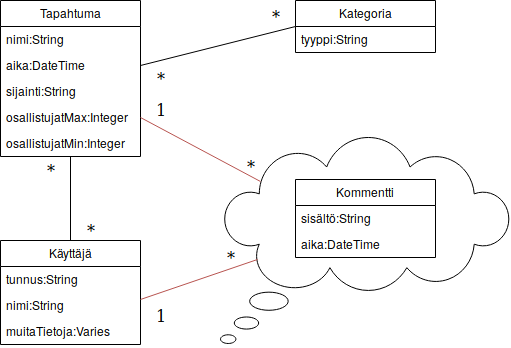
The draw.io diagram dokumentaatio/Tietokantakaavio.png in hoffrenm/tapahtumakalenteri, before a commit. Source tidied: cells renumbered, new cells last; positions are measured from the earlier drawing's top-left corner, leaving out a move shared by most shapes.
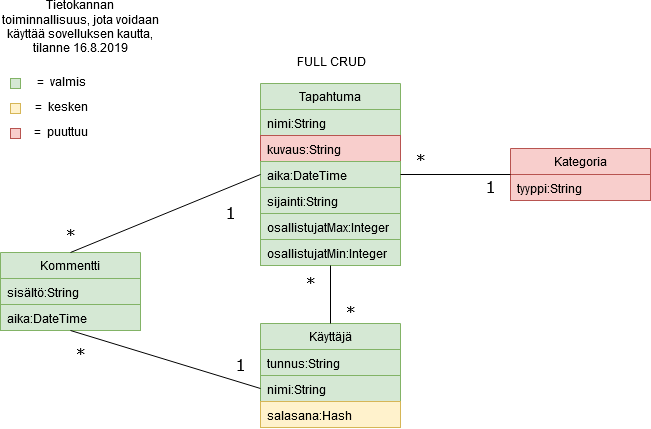
Later version of the same file.

Commit message:
update database diagram

The edit, as a diff of the source:
```diff
@@ -2,91 +2,113 @@
   <root>
     <mxCell id="0" />
     <mxCell id="1" parent="0" />
-    <mxCell id="2" style="whiteSpace=wrap;html=1;shape=mxgraph.basic.cloud_callout;" parent="1" vertex="1">
-      <mxGeometry x="220" y="137" width="290" height="206" as="geometry" />
-    </mxCell>
-    <mxCell id="3" value="Käyttäjä" style="swimlane;fontStyle=0;horizontal=1;startSize=26;fillColor=none;" parent="1" vertex="1">
-      <mxGeometry y="240" width="140" height="104" as="geometry" />
+    <mxCell id="3" value="Käyttäjä" style="swimlane;fontStyle=0;horizontal=1;startSize=26;fillColor=#d5e8d4;strokeColor=#82b366;" parent="1" vertex="1">
+      <mxGeometry x="290" y="435" width="140" height="104" as="geometry" />
     </mxCell>
-    <mxCell id="4" value="tunnus:String" style="text;strokeColor=none;fillColor=none;align=left;verticalAlign=top;spacingLeft=4;spacingRight=4;overflow=hidden;" parent="3" vertex="1">
+    <mxCell id="4" value="tunnus:String" style="text;strokeColor=#82b366;fillColor=#d5e8d4;align=left;verticalAlign=top;spacingLeft=4;spacingRight=4;overflow=hidden;" parent="3" vertex="1">
       <mxGeometry y="26" width="140" height="26" as="geometry" />
     </mxCell>
-    <mxCell id="5" value="nimi:String" style="text;strokeColor=none;fillColor=none;align=left;verticalAlign=top;spacingLeft=4;spacingRight=4;overflow=hidden;points=[[0,0.5],[1,0.5]];portConstraint=eastwest;" parent="3" vertex="1">
+    <mxCell id="5" value="nimi:String" style="text;strokeColor=#82b366;fillColor=#d5e8d4;align=left;verticalAlign=top;spacingLeft=4;spacingRight=4;overflow=hidden;points=[[0,0.5],[1,0.5]];portConstraint=eastwest;" parent="3" vertex="1">
       <mxGeometry y="52" width="140" height="26" as="geometry" />
     </mxCell>
-    <mxCell id="6" value="muitaTietoja:Varies" style="text;strokeColor=none;fillColor=none;align=left;verticalAlign=top;spacingLeft=4;spacingRight=4;overflow=hidden;" parent="3" vertex="1">
+    <mxCell id="6" value="salasana:Hash" style="text;strokeColor=#d6b656;fillColor=#fff2cc;align=left;verticalAlign=top;spacingLeft=4;spacingRight=4;overflow=hidden;" parent="3" vertex="1">
       <mxGeometry y="78" width="140" height="26" as="geometry" />
     </mxCell>
-    <mxCell id="7" value="Tapahtuma" style="swimlane;fontStyle=0;horizontal=1;startSize=26;fillColor=none;" parent="1" vertex="1">
-      <mxGeometry width="140" height="156" as="geometry" />
+    <mxCell id="7" value="Tapahtuma" style="swimlane;fontStyle=0;horizontal=1;startSize=26;fillColor=#d5e8d4;strokeColor=#82b366;" parent="1" vertex="1">
+      <mxGeometry x="290" y="195" width="140" height="182" as="geometry" />
     </mxCell>
-    <mxCell id="8" value="nimi:String" style="text;strokeColor=none;fillColor=none;align=left;verticalAlign=top;spacingLeft=4;spacingRight=4;overflow=hidden;" parent="7" vertex="1">
+    <mxCell id="8" value="nimi:String" style="text;strokeColor=#82b366;fillColor=#d5e8d4;align=left;verticalAlign=top;spacingLeft=4;spacingRight=4;overflow=hidden;" parent="7" vertex="1">
       <mxGeometry y="26" width="140" height="26" as="geometry" />
     </mxCell>
+    <mxCell id="30" value="kuvaus:String" style="text;strokeColor=#b85450;fillColor=#f8cecc;align=left;verticalAlign=top;spacingLeft=4;spacingRight=4;overflow=hidden;" parent="7" vertex="1">
+      <mxGeometry y="52" width="140" height="26" as="geometry" />
+    </mxCell>
-    <mxCell id="9" value="aika:DateTime" style="text;strokeColor=none;fillColor=none;align=left;verticalAlign=top;spacingLeft=4;spacingRight=4;overflow=hidden;points=[[0,0.5],[1,0.5]];portConstraint=eastwest;" parent="7" vertex="1">
-      <mxGeometry y="52" width="140" height="26" as="geometry" />
+    <mxCell id="9" value="aika:DateTime" style="text;strokeColor=#82b366;fillColor=#d5e8d4;align=left;verticalAlign=top;spacingLeft=4;spacingRight=4;overflow=hidden;points=[[0,0.5],[1,0.5]];portConstraint=eastwest;" parent="7" vertex="1">
+      <mxGeometry y="78" width="140" height="26" as="geometry" />
     </mxCell>
-    <mxCell id="10" value="sijainti:String" style="text;strokeColor=none;fillColor=none;align=left;verticalAlign=top;spacingLeft=4;spacingRight=4;overflow=hidden;" parent="7" vertex="1">
-      <mxGeometry y="78" width="140" height="26" as="geometry" />
+    <mxCell id="10" value="sijainti:String" style="text;strokeColor=#82b366;fillColor=#d5e8d4;align=left;verticalAlign=top;spacingLeft=4;spacingRight=4;overflow=hidden;" parent="7" vertex="1">
+      <mxGeometry y="104" width="140" height="26" as="geometry" />
     </mxCell>
-    <mxCell id="11" value="osallistujatMax:Integer" style="text;strokeColor=none;fillColor=none;align=left;verticalAlign=top;spacingLeft=4;spacingRight=4;overflow=hidden;points=[[0,0.5],[1,0.5]];portConstraint=eastwest;" parent="7" vertex="1">
-      <mxGeometry y="104" width="140" height="26" as="geometry" />
+    <mxCell id="11" value="osallistujatMax:Integer" style="text;strokeColor=#82b366;fillColor=#d5e8d4;align=left;verticalAlign=top;spacingLeft=4;spacingRight=4;overflow=hidden;points=[[0,0.5],[1,0.5]];portConstraint=eastwest;" parent="7" vertex="1">
+      <mxGeometry y="130" width="140" height="26" as="geometry" />
     </mxCell>
-    <mxCell id="12" value="osallistujatMin:Integer" style="text;strokeColor=none;fillColor=none;align=left;verticalAlign=top;spacingLeft=4;spacingRight=4;overflow=hidden;" parent="7" vertex="1">
-      <mxGeometry y="130" width="140" height="26" as="geometry" />
+    <mxCell id="12" value="osallistujatMin:Integer" style="text;strokeColor=#82b366;fillColor=#d5e8d4;align=left;verticalAlign=top;spacingLeft=4;spacingRight=4;overflow=hidden;" parent="7" vertex="1">
+      <mxGeometry y="156" width="140" height="26" as="geometry" />
     </mxCell>
-    <mxCell id="13" value="Kategoria" style="swimlane;fontStyle=0;horizontal=1;startSize=26;fillColor=none;" parent="1" vertex="1">
-      <mxGeometry x="295" width="140" height="52" as="geometry" />
+    <mxCell id="13" value="Kategoria" style="swimlane;fontStyle=0;horizontal=1;startSize=26;fillColor=#f8cecc;strokeColor=#b85450;" parent="1" vertex="1">
+      <mxGeometry x="540" y="260" width="140" height="52" as="geometry" />
     </mxCell>
-    <mxCell id="14" value="tyyppi:String" style="text;strokeColor=none;fillColor=none;align=left;verticalAlign=top;spacingLeft=4;spacingRight=4;overflow=hidden;" parent="13" vertex="1">
+    <mxCell id="14" value="tyyppi:String" style="text;strokeColor=#b85450;fillColor=#f8cecc;align=left;verticalAlign=top;spacingLeft=4;spacingRight=4;overflow=hidden;" parent="13" vertex="1">
       <mxGeometry y="26" width="140" height="26" as="geometry" />
     </mxCell>
-    <mxCell id="15" style="edgeStyle=none;rounded=0;html=1;endArrow=none;endFill=0;jettySize=auto;entryX=0;entryY=0.5;entryDx=0;entryDy=0;exitX=1;exitY=0.5;exitDx=0;exitDy=0;strokeWidth=1;" parent="1" edge="1" source="9" target="13">
+    <mxCell id="15" style="edgeStyle=none;rounded=0;html=1;endArrow=none;endFill=0;jettySize=auto;exitX=1;exitY=0.5;exitDx=0;exitDy=0;strokeWidth=1;entryX=0;entryY=0.5;entryDx=0;entryDy=0;" parent="1" edge="1" source="9" target="13">
       <mxGeometry relative="1" as="geometry" />
     </mxCell>
-    <mxCell id="16" value="Kommentti" style="swimlane;fontStyle=0;horizontal=1;startSize=26;fillColor=none;" parent="1" vertex="1">
-      <mxGeometry x="295" y="179" width="140" height="78" as="geometry" />
+    <mxCell id="16" value="Kommentti" style="swimlane;fontStyle=0;horizontal=1;startSize=26;fillColor=#d5e8d4;strokeColor=#82b366;" parent="1" vertex="1">
+      <mxGeometry x="30" y="364" width="140" height="78" as="geometry" />
     </mxCell>
-    <mxCell id="17" value="sisältö:String" style="text;strokeColor=none;fillColor=none;align=left;verticalAlign=top;spacingLeft=4;spacingRight=4;overflow=hidden;" parent="16" vertex="1">
+    <mxCell id="17" value="sisältö:String" style="text;strokeColor=#82b366;fillColor=#d5e8d4;align=left;verticalAlign=top;spacingLeft=4;spacingRight=4;overflow=hidden;" parent="16" vertex="1">
       <mxGeometry y="26" width="140" height="26" as="geometry" />
     </mxCell>
-    <mxCell id="18" value="aika:DateTime" style="text;strokeColor=none;fillColor=none;align=left;verticalAlign=top;spacingLeft=4;spacingRight=4;overflow=hidden;" parent="16" vertex="1">
+    <mxCell id="18" value="aika:DateTime" style="text;strokeColor=#82b366;fillColor=#d5e8d4;align=left;verticalAlign=top;spacingLeft=4;spacingRight=4;overflow=hidden;" parent="16" vertex="1">
       <mxGeometry y="52" width="140" height="26" as="geometry" />
     </mxCell>
     <mxCell id="19" style="edgeStyle=none;rounded=0;html=1;endArrow=none;endFill=0;jettySize=auto;exitX=0.5;exitY=0;exitDx=0;exitDy=0;strokeWidth=1;entryX=0.5;entryY=1;entryDx=0;entryDy=0;" parent="1" edge="1" source="3" target="7">
       <mxGeometry relative="1" as="geometry" />
     </mxCell>
-    <mxCell id="20" style="edgeStyle=none;rounded=0;html=1;endArrow=none;endFill=0;jettySize=auto;entryX=1;entryY=0.5;entryDx=0;entryDy=0;fillColor=#f8cecc;strokeColor=#b85450;strokeWidth=1;" parent="1" edge="1" target="11">
-      <mxGeometry relative="1" as="geometry">
-        <mxPoint x="260" y="181" as="sourcePoint" />
-      </mxGeometry>
-    </mxCell>
-    <mxCell id="21" style="edgeStyle=none;rounded=0;html=1;endArrow=none;endFill=0;jettySize=auto;exitX=0.128;exitY=0.592;exitDx=0;exitDy=0;entryX=1;entryY=0.269;entryDx=0;entryDy=0;fillColor=#f8cecc;strokeColor=#b85450;strokeWidth=1;exitPerimeter=0;entryPerimeter=0;" parent="1" edge="1" source="2" target="5">
-      <mxGeometry relative="1" as="geometry" />
-    </mxCell>
     <mxCell id="22" value="*" style="text;html=1;strokeColor=none;fillColor=none;align=center;verticalAlign=middle;whiteSpace=wrap;rounded=0;fontSize=16;fontColor=#000000;labelBackgroundColor=none;labelBorderColor=none;horizontal=1;fontFamily=Verdana;" parent="1" vertex="1">
-      <mxGeometry x="255" y="6" width="40" height="20" as="geometry" />
+      <mxGeometry x="320" y="386" width="40" height="20" as="geometry" />
     </mxCell>
     <mxCell id="23" value="*" style="text;html=1;strokeColor=none;fillColor=none;align=center;verticalAlign=middle;whiteSpace=wrap;rounded=0;fontSize=16;fontColor=#000000;labelBackgroundColor=none;labelBorderColor=none;horizontal=1;fontFamily=Verdana;" parent="1" vertex="1">
-      <mxGeometry x="140" y="68" width="40" height="20" as="geometry" />
+      <mxGeometry x="80" y="338" width="40" height="20" as="geometry" />
     </mxCell>
-    <mxCell id="24" value="*" style="text;html=1;strokeColor=none;fillColor=none;align=center;verticalAlign=middle;whiteSpace=wrap;rounded=0;fontSize=16;fontColor=#000000;labelBackgroundColor=none;labelBorderColor=none;horizontal=1;fontFamily=Verdana;" parent="1" vertex="1">
-      <mxGeometry x="30" y="160" width="40" height="20" as="geometry" />
-    </mxCell>
     <mxCell id="25" value="*" style="text;html=1;strokeColor=none;fillColor=none;align=center;verticalAlign=middle;whiteSpace=wrap;rounded=0;fontSize=16;fontColor=#000000;labelBackgroundColor=none;labelBorderColor=none;horizontal=1;fontFamily=Verdana;" parent="1" vertex="1">
-      <mxGeometry x="70" y="220" width="40" height="20" as="geometry" />
+      <mxGeometry x="360" y="415" width="40" height="20" as="geometry" />
     </mxCell>
     <mxCell id="26" value="1" style="text;html=1;strokeColor=none;fillColor=none;align=center;verticalAlign=middle;whiteSpace=wrap;rounded=0;fontSize=16;fontColor=#000000;labelBackgroundColor=none;labelBorderColor=none;horizontal=1;fontFamily=Verdana;fontStyle=0;" parent="1" vertex="1">
-      <mxGeometry x="140" y="305" width="40" height="20" as="geometry" />
+      <mxGeometry x="250" y="467" width="40" height="20" as="geometry" />
     </mxCell>
-    <mxCell id="27" value="*" style="text;html=1;strokeColor=none;fillColor=none;align=center;verticalAlign=middle;whiteSpace=wrap;rounded=0;fontSize=16;fontColor=#000000;labelBackgroundColor=none;labelBorderColor=none;horizontal=1;fontFamily=Verdana;" parent="1" vertex="1">
-      <mxGeometry x="210" y="247" width="40" height="20" as="geometry" />
-    </mxCell>
-    <mxCell id="28" value="*" style="text;html=1;strokeColor=none;fillColor=none;align=center;verticalAlign=middle;whiteSpace=wrap;rounded=0;fontSize=16;fontColor=#000000;labelBackgroundColor=none;labelBorderColor=none;horizontal=1;fontFamily=Verdana;" parent="1" vertex="1">
-      <mxGeometry x="230" y="156" width="40" height="20" as="geometry" />
-    </mxCell>
     <mxCell id="29" value="1" style="text;html=1;strokeColor=none;fillColor=none;align=center;verticalAlign=middle;whiteSpace=wrap;rounded=0;fontSize=16;fontColor=#000000;labelBackgroundColor=none;labelBorderColor=none;horizontal=1;fontFamily=Verdana;fontStyle=0;" parent="1" vertex="1">
-      <mxGeometry x="140" y="99" width="40" height="20" as="geometry" />
+      <mxGeometry x="240" y="315" width="40" height="20" as="geometry" />
     </mxCell>
+    <mxCell id="31" style="edgeStyle=none;rounded=0;html=1;endArrow=none;endFill=0;jettySize=auto;exitX=0.5;exitY=0;exitDx=0;exitDy=0;strokeWidth=1;entryX=0;entryY=0.5;entryDx=0;entryDy=0;" parent="1" edge="1" source="16" target="7">
+      <mxGeometry relative="1" as="geometry" />
+    </mxCell>
+    <mxCell id="32" style="edgeStyle=none;rounded=0;html=1;endArrow=none;endFill=0;jettySize=auto;strokeWidth=1;entryX=0;entryY=0.5;entryDx=0;entryDy=0;exitX=0.5;exitY=1;exitDx=0;exitDy=0;" parent="1" edge="1" source="16" target="5">
+      <mxGeometry relative="1" as="geometry" />
+    </mxCell>
+    <mxCell id="33" value="*" style="text;html=1;strokeColor=none;fillColor=none;align=center;verticalAlign=middle;whiteSpace=wrap;rounded=0;fontSize=16;fontColor=#000000;labelBackgroundColor=none;labelBorderColor=none;horizontal=1;fontFamily=Verdana;" parent="1" vertex="1">
+      <mxGeometry x="90" y="457" width="40" height="20" as="geometry" />
+    </mxCell>
+    <mxCell id="34" value="Tietokannan toiminnallisuus, jota voidaan käyttää sovelluksen kautta, tilanne 16.8.2019" style="text;html=1;strokeColor=none;fillColor=none;align=center;verticalAlign=middle;whiteSpace=wrap;rounded=0;" parent="1" vertex="1">
+      <mxGeometry x="30" y="120" width="160" height="40" as="geometry" />
+    </mxCell>
+    <mxCell id="35" value="=&amp;nbsp; valmis" style="text;html=1;align=center;verticalAlign=middle;whiteSpace=wrap;rounded=0;" parent="1" vertex="1">
+      <mxGeometry x="60" y="185" width="60" height="20" as="geometry" />
+    </mxCell>
+    <mxCell id="36" style="rounded=0;whiteSpace=wrap;html=1;fillColor=#d5e8d4;strokeColor=#82b366;" parent="1" vertex="1">
+      <mxGeometry x="40" y="190" width="10" height="10" as="geometry" />
+    </mxCell>
+    <mxCell id="37" value="FULL CRUD" style="text;html=1;align=center;verticalAlign=middle;whiteSpace=wrap;rounded=0;" parent="1" vertex="1">
+      <mxGeometry x="290" y="165" width="140" height="20" as="geometry" />
+    </mxCell>
+    <mxCell id="38" style="rounded=0;whiteSpace=wrap;html=1;fillColor=#fff2cc;strokeColor=#d6b656;" parent="1" vertex="1">
+      <mxGeometry x="40" y="215" width="10" height="10" as="geometry" />
+    </mxCell>
+    <mxCell id="39" style="rounded=0;whiteSpace=wrap;html=1;fillColor=#f8cecc;strokeColor=#b85450;" parent="1" vertex="1">
+      <mxGeometry x="40" y="240" width="10" height="10" as="geometry" />
+    </mxCell>
+    <mxCell id="40" value="=&amp;nbsp; kesken" style="text;html=1;align=center;verticalAlign=middle;whiteSpace=wrap;rounded=0;" parent="1" vertex="1">
+      <mxGeometry x="60" y="210" width="60" height="20" as="geometry" />
+    </mxCell>
+    <mxCell id="41" value="=&amp;nbsp; puuttuu" style="text;html=1;align=center;verticalAlign=middle;whiteSpace=wrap;rounded=0;" parent="1" vertex="1">
+      <mxGeometry x="60" y="235" width="60" height="20" as="geometry" />
+    </mxCell>
+    <mxCell id="42" value="1" style="text;html=1;strokeColor=none;fillColor=none;align=center;verticalAlign=middle;whiteSpace=wrap;rounded=0;fontSize=16;fontColor=#000000;labelBackgroundColor=none;labelBorderColor=none;horizontal=1;fontFamily=Verdana;fontStyle=0;" parent="1" vertex="1">
+      <mxGeometry x="500" y="289" width="40" height="20" as="geometry" />
+    </mxCell>
+    <mxCell id="43" value="*" style="text;html=1;strokeColor=none;fillColor=none;align=center;verticalAlign=middle;whiteSpace=wrap;rounded=0;fontSize=16;fontColor=#000000;labelBackgroundColor=none;labelBorderColor=none;horizontal=1;fontFamily=Verdana;" parent="1" vertex="1">
+      <mxGeometry x="430" y="263" width="40" height="20" as="geometry" />
+    </mxCell>
   </root>
 </mxGraphModel>
```
